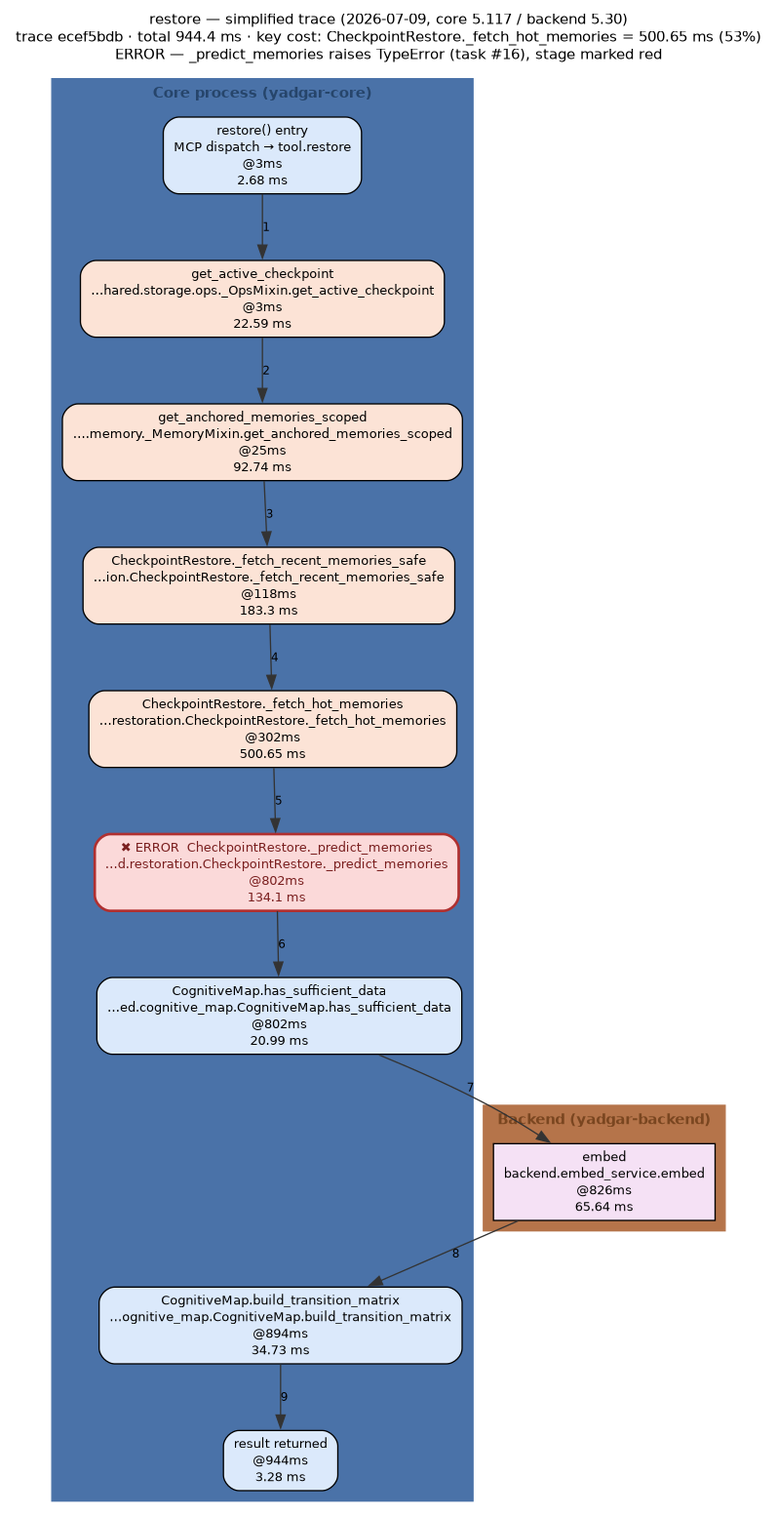
Above: docs/diagrams/out/restore-trace-2026-07-09.png in m-agahi/yadgar (Graphviz), before the change. Its source is kept beside it as docs/diagrams/out/restore-trace-2026-07-09.dot.
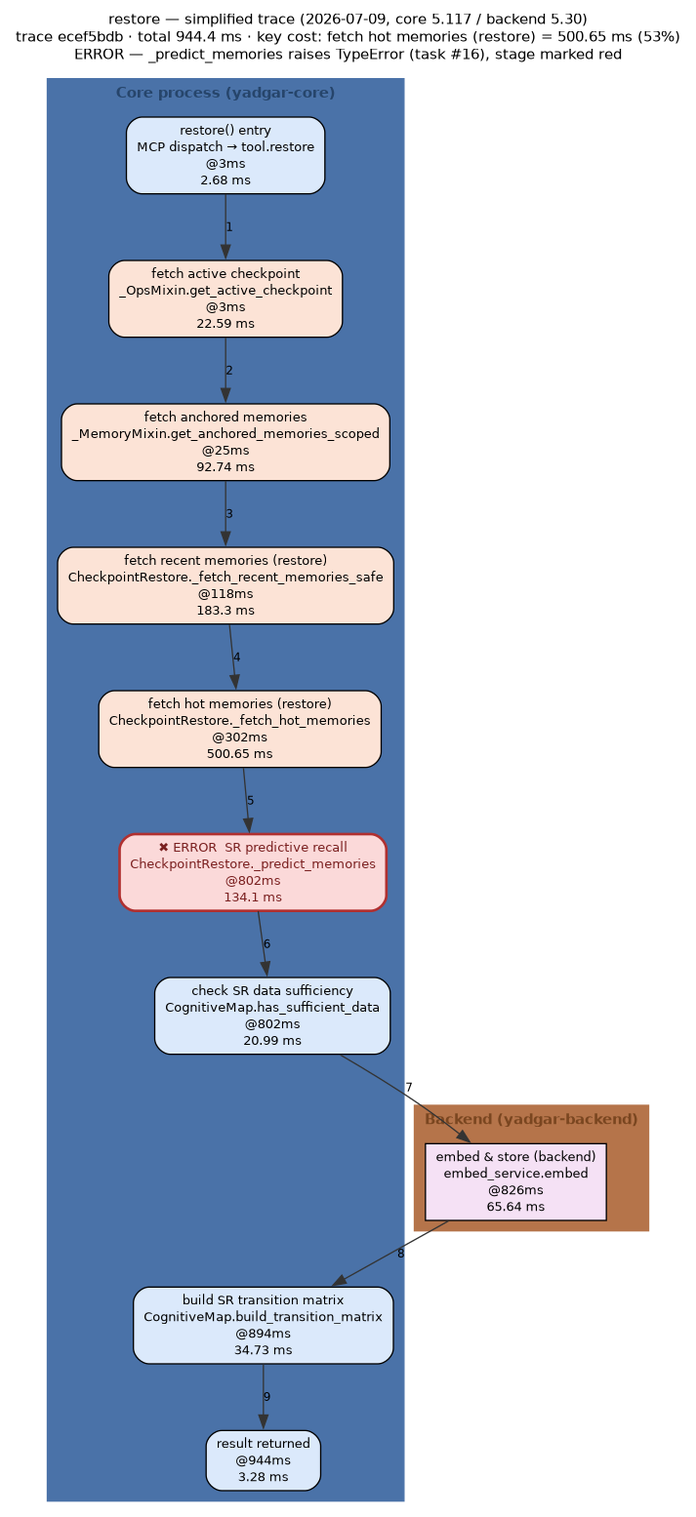
Above is the later version.

Diff of the diagram source:
```diff
@@ -8,7 +8,7 @@
   node  [fontname="Helvetica", fontsize=10];
   edge  [fontname="Helvetica", fontsize=9];
   label="restore — simplified trace (2026-07-09, core 5.117 / backend 5.30)
-trace ecef5bdb · total 944.4 ms · key cost: CheckpointRestore._fetch_hot_memories = 500.65 ms (53%)\nERROR — _predict_memories raises TypeError (task #16), stage marked red";
+trace ecef5bdb · total 944.4 ms · key cost: fetch hot memories (restore) = 500.65 ms (53%)\nERROR — _predict_memories raises TypeError (task #16), stage marked red";
   subgraph "cluster_core" {
     label="Core process (yadgar-core)";
     style=filled;
@@ -17,13 +17,13 @@
     fontcolor="#26456b";
     fontname="Helvetica-Bold";
     "entry" [shape="box", style="rounded,filled", fillcolor="#dbe9fb", label="restore() entry\nMCP dispatch → tool.restore\n@3ms\n2.68 ms"];
-    "s0" [shape="box", style="rounded,filled", fillcolor="#fce3d6", label="get_active_checkpoint\n…hared.storage.ops._OpsMixin.get_active_checkpoint\n@3ms\n22.59 ms"];
-    "s1" [shape="box", style="rounded,filled", fillcolor="#fce3d6", label="get_anchored_memories_scoped\n….memory._MemoryMixin.get_anchored_memories_scoped\n@25ms\n92.74 ms"];
-    "s2" [shape="box", style="rounded,filled", fillcolor="#fce3d6", label="CheckpointRestore._fetch_recent_memories_safe\n…ion.CheckpointRestore._fetch_recent_memories_safe\n@118ms\n183.3 ms"];
-    "s3" [shape="box", style="rounded,filled", fillcolor="#fce3d6", label="CheckpointRestore._fetch_hot_memories\n…restoration.CheckpointRestore._fetch_hot_memories\n@302ms\n500.65 ms"];
-    "s4" [shape="box", style="rounded,filled,bold", fillcolor="#fbd9d9", color="#b03030", fontcolor="#7a1f1f", label="✖ ERROR  CheckpointRestore._predict_memories\n…d.restoration.CheckpointRestore._predict_memories\n@802ms\n134.1 ms"];
-    "s5" [shape="box", style="rounded,filled", fillcolor="#dbe9fb", label="CognitiveMap.has_sufficient_data\n…ed.cognitive_map.CognitiveMap.has_sufficient_data\n@802ms\n20.99 ms"];
-    "s7" [shape="box", style="rounded,filled", fillcolor="#dbe9fb", label="CognitiveMap.build_transition_matrix\n…ognitive_map.CognitiveMap.build_transition_matrix\n@894ms\n34.73 ms"];
+    "s0" [shape="box", style="rounded,filled", fillcolor="#fce3d6", label="fetch active checkpoint\n_OpsMixin.get_active_checkpoint\n@3ms\n22.59 ms"];
+    "s1" [shape="box", style="rounded,filled", fillcolor="#fce3d6", label="fetch anchored memories\n_MemoryMixin.get_anchored_memories_scoped\n@25ms\n92.74 ms"];
+    "s2" [shape="box", style="rounded,filled", fillcolor="#fce3d6", label="fetch recent memories (restore)\nCheckpointRestore._fetch_recent_memories_safe\n@118ms\n183.3 ms"];
+    "s3" [shape="box", style="rounded,filled", fillcolor="#fce3d6", label="fetch hot memories (restore)\nCheckpointRestore._fetch_hot_memories\n@302ms\n500.65 ms"];
+    "s4" [shape="box", style="rounded,filled,bold", fillcolor="#fbd9d9", color="#b03030", fontcolor="#7a1f1f", label="✖ ERROR  SR predictive recall\nCheckpointRestore._predict_memories\n@802ms\n134.1 ms"];
+    "s5" [shape="box", style="rounded,filled", fillcolor="#dbe9fb", label="check SR data sufficiency\nCognitiveMap.has_sufficient_data\n@802ms\n20.99 ms"];
+    "s7" [shape="box", style="rounded,filled", fillcolor="#dbe9fb", label="build SR transition matrix\nCognitiveMap.build_transition_matrix\n@894ms\n34.73 ms"];
     "done" [shape="box", style="rounded,filled", fillcolor="#dbe9fb", label="result returned\n@944ms\n3.28 ms"];
   }
   subgraph "cluster_backend" {
@@ -33,7 +33,7 @@
     color="#b5744a";
     fontcolor="#7a4620";
     fontname="Helvetica-Bold";
-    "s6" [shape="box", style="filled", fillcolor="#f5e1f5", label="embed\nbackend.embed_service.embed\n@826ms\n65.64 ms"];
+    "s6" [shape="box", style="filled", fillcolor="#f5e1f5", label="embed & store (backend)\nembed_service.embed\n@826ms\n65.64 ms"];
   }
   "entry" -> "s0" [color="#333333", style="solid", label="1"];
   "s0" -> "s1" [color="#333333", style="solid", label="2"];
```
